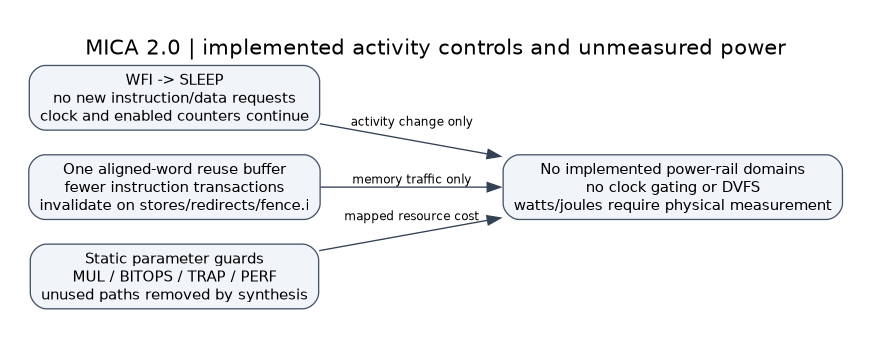
Earlier version of the Graphviz export schematics/08-power-domains.png (RobertFlexx/MICA). Its source is kept beside it as schematics/08-power-domains.dot.
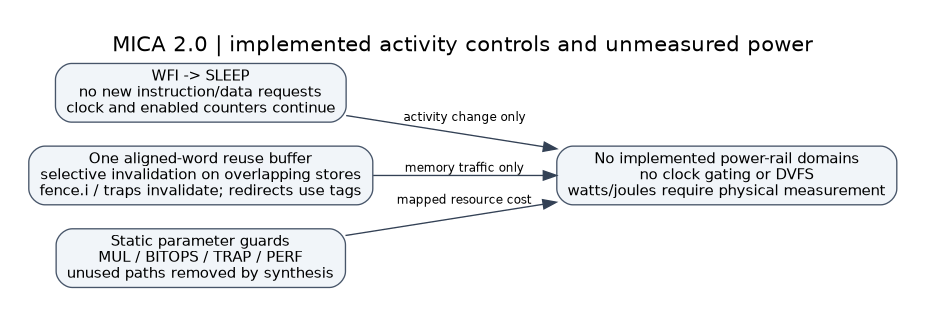
Above is the later version.

Change to the diagram source:
```diff
@@ -4,7 +4,7 @@
 edge [fontname="DejaVu Sans",fontsize=9,color="#334155"];
 label="MICA 2.0 | implemented activity controls and unmeasured power";
 sleep [label="WFI -> SLEEP\nno new instruction/data requests\nclock and enabled counters continue"];
-fetch [label="One aligned-word reuse buffer\nfewer instruction transactions\ninvalidate on stores/redirects/fence.i"];
+fetch [label="One aligned-word reuse buffer\nselective invalidation on overlapping stores\nfence.i / traps invalidate; redirects use tags"];
 optional [label="Static parameter guards\nMUL / BITOPS / TRAP / PERF\nunused paths removed by synthesis"];
 rails [label="No implemented power-rail domains\nno clock gating or DVFS\nwatts/joules require physical measurement"];
 sleep -> rails [label="activity change only"];
```
